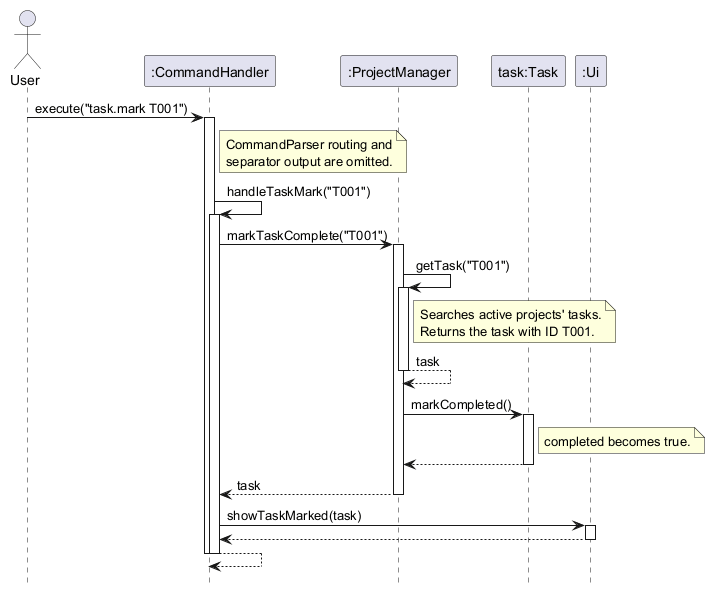
Earlier version of the PlantUML export docs/images/TaskCompletionSequenceDiagram.png (AY2627S1-CS2113-T10-3/tp).
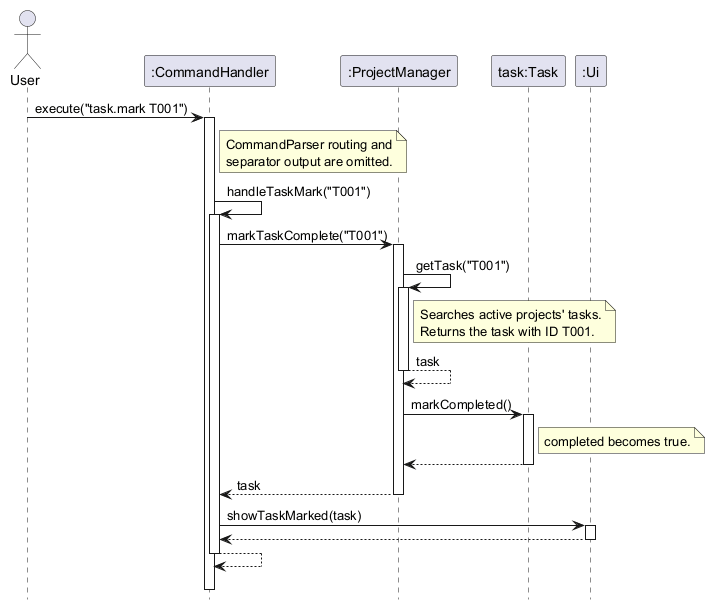
After the commit.

Commit message:
docs: clarify the task-marking self-call return

Return from handleTaskMark to the still-active execute invocation and end the outer activation afterward. Regenerate the diagram image to make the return target clear.

What changed in the source:
```diff
@@ -30,8 +30,8 @@
 activate UI
 UI --> CH
 deactivate UI
-CH --> CH
-deactivate CH
+return
+||15||
 deactivate CH
 
 @enduml
```
